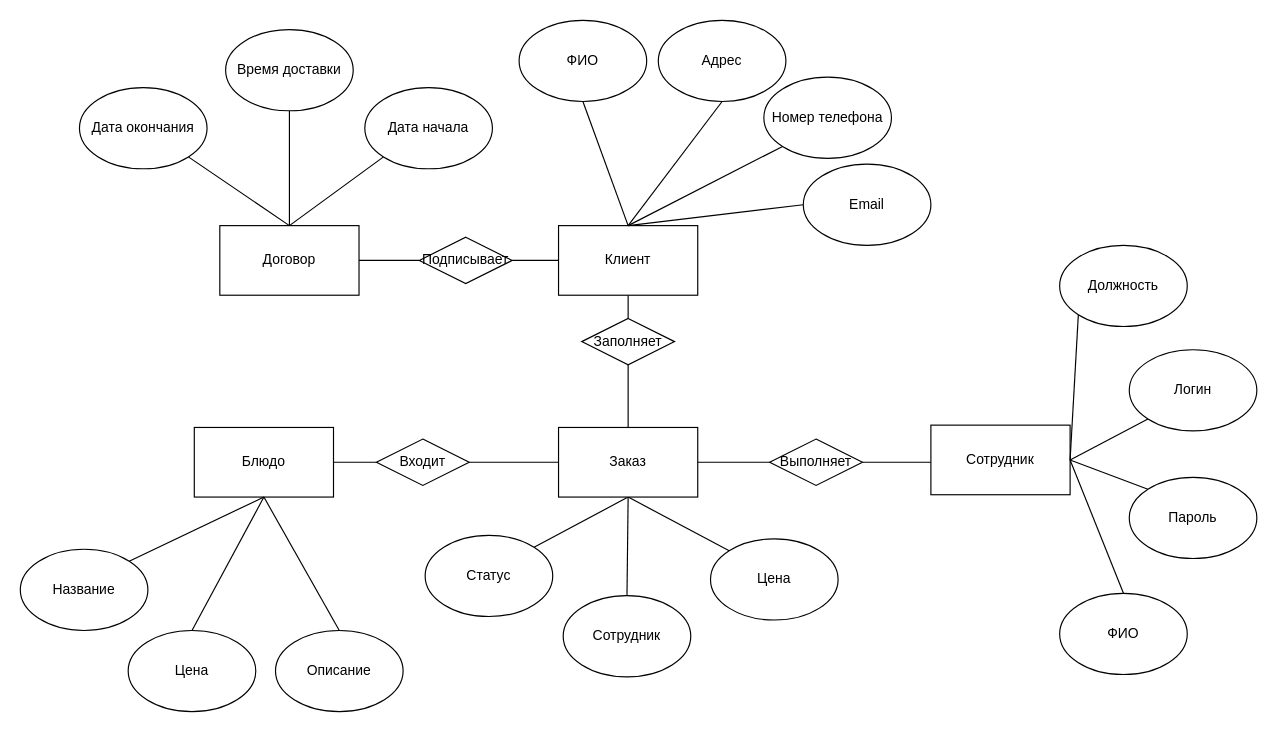
The draw.io diagram 10/концептуальая модель.drawio in sh141ro-god/vanya, before the edit. Source tidied: cells renumbered, new cells numbered last; positions are measured from the earlier drawing's top-left corner, leaving out a move shared by most shapes. Both pictures are drawn from the tidied source at 116%, with x=0, y=0 at pixel (20, 20).
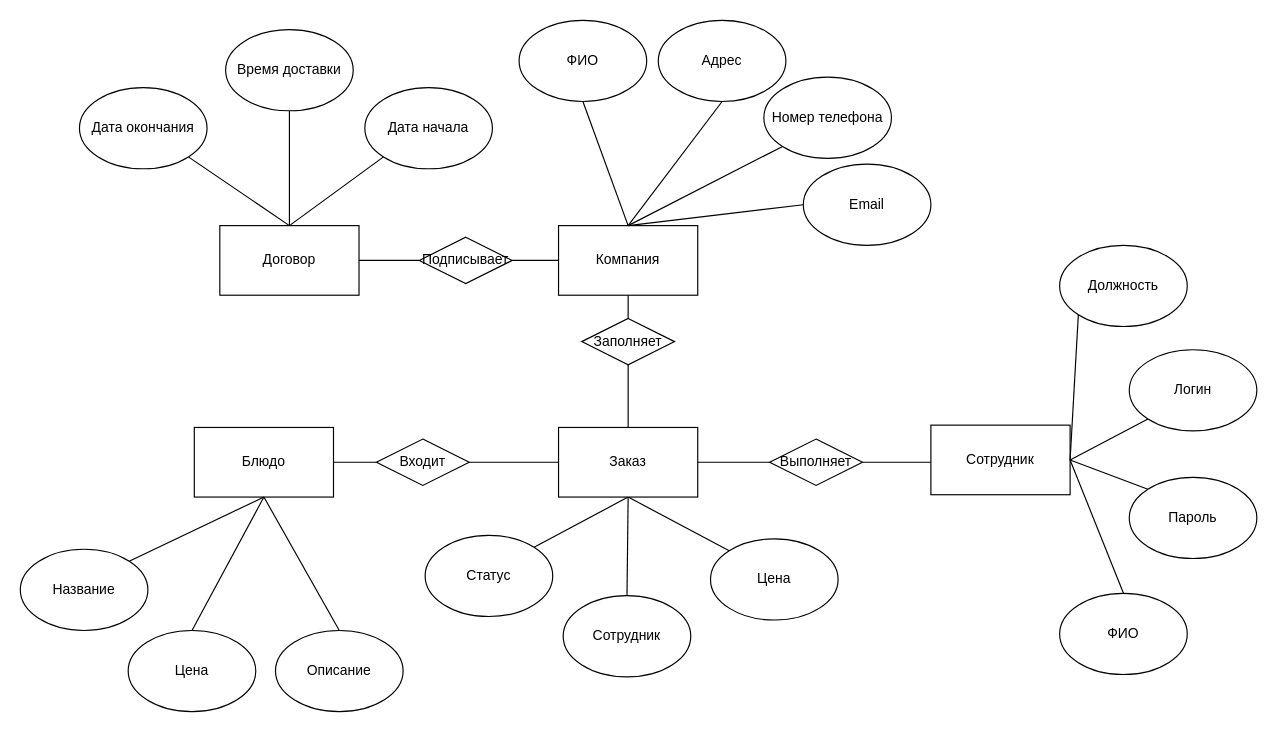
After the change.

What changed in the source:
```diff
@@
-    <mxCell id="5" value="Клиент" style="rounded=0;whiteSpace=wrap;html=1;" parent="1" vertex="1">
+    <mxCell id="5" value="Компания" style="rounded=0;whiteSpace=wrap;html=1;" parent="1" vertex="1">
       <mxGeometry x="464" y="177" width="120" height="60" as="geometry" />
     </mxCell>
```
